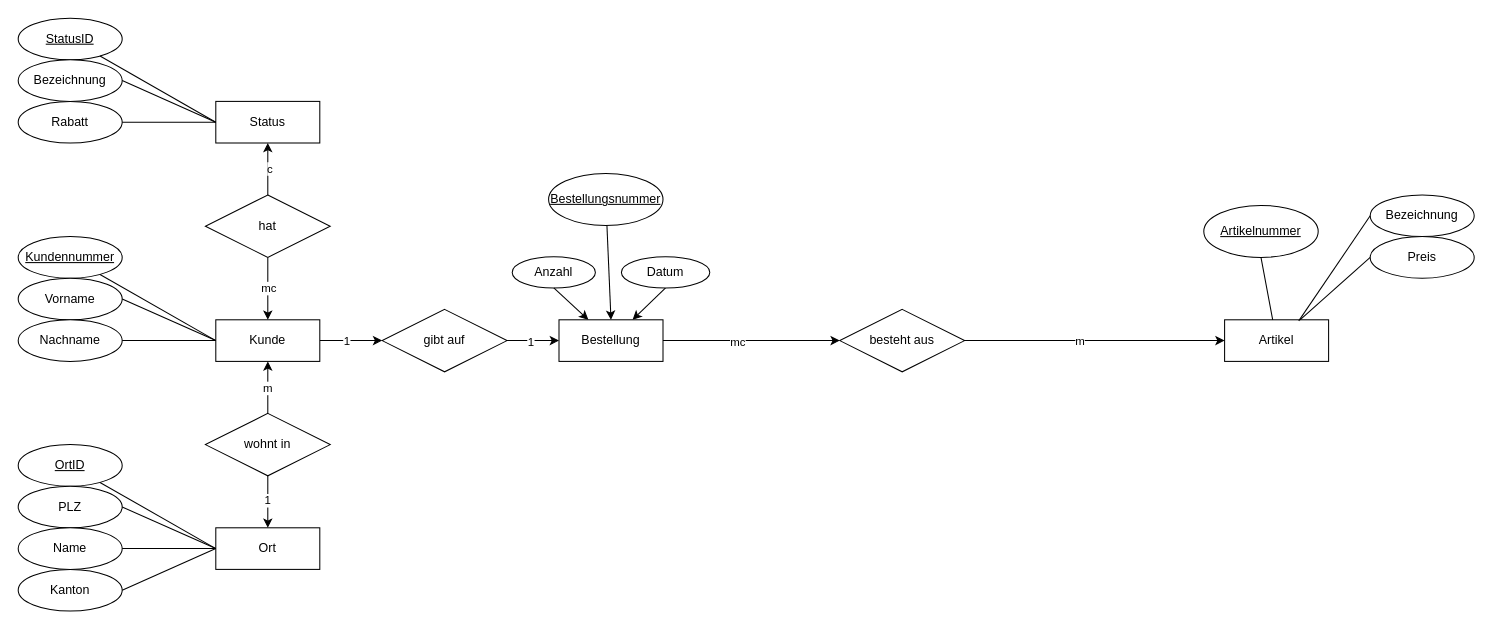
Earlier version of the draw.io diagram 1.LJ/M162/02 ER-Modell/4.5 Bestellung/4.5 Bestellung.dio (RubeldiRubelda/BBZW_Arbeitsbl-tter_und_Cheat_Sheets_INA2025). Source tidied: cells renumbered, new cells numbered last; positions are measured from the earlier drawing's top-left corner, leaving out a move shared by most shapes. Both pictures are drawn from the tidied source at 104%, with x=0, y=0 at pixel (18, 18).
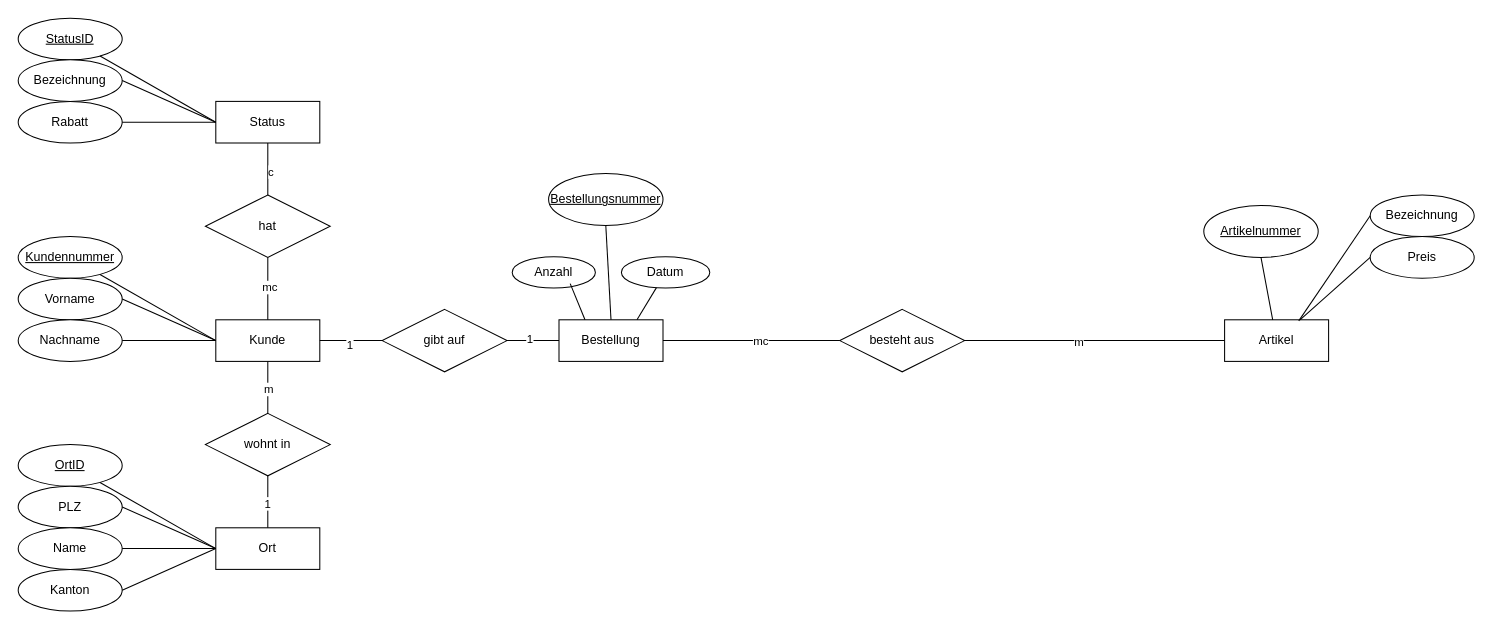
The same page after the edit.

The change refers to these unchanged cells:
```xml
<mxCell id="4" value="Kunde" style="whiteSpace=wrap;html=1;align=center;" parent="1" vertex="1">
  <mxGeometry x="190" y="290" width="100" height="40" as="geometry" />
</mxCell>
<mxCell id="11" value="Ort" style="whiteSpace=wrap;html=1;align=center;" parent="1" vertex="1">
  <mxGeometry x="190" y="490" width="100" height="40" as="geometry" />
</mxCell>
<mxCell id="24" value="wohnt in" style="shape=rhombus;perimeter=rhombusPerimeter;whiteSpace=wrap;html=1;align=center;" parent="1" vertex="1">
  <mxGeometry x="180" y="380" width="120" height="60" as="geometry" />
</mxCell>
<mxCell id="25" value="Artikel" style="whiteSpace=wrap;html=1;align=center;" parent="1" vertex="1">
  <mxGeometry x="1160" y="290" width="100" height="40" as="geometry" />
</mxCell>
<mxCell id="34" value="besteht aus" style="shape=rhombus;perimeter=rhombusPerimeter;whiteSpace=wrap;html=1;align=center;" parent="1" vertex="1">
  <mxGeometry x="790" y="280" width="120" height="60" as="geometry" />
</mxCell>
<mxCell id="36" value="Bestellungsnummer" style="ellipse;whiteSpace=wrap;html=1;align=center;fontStyle=4;" parent="1" vertex="1">
  <mxGeometry x="510" y="149.3" width="110" height="50" as="geometry" />
</mxCell>
<mxCell id="38" value="Datum" style="ellipse;whiteSpace=wrap;html=1;align=center;" parent="1" vertex="1">
  <mxGeometry x="580" y="229.4" width="85" height="30" as="geometry" />
</mxCell>
<mxCell id="39" value="Anzahl" style="ellipse;whiteSpace=wrap;html=1;align=center;" parent="1" vertex="1">
  <mxGeometry x="475" y="229.4" width="80" height="30" as="geometry" />
</mxCell>
<mxCell id="41" value="Status" style="whiteSpace=wrap;html=1;align=center;" parent="1" vertex="1">
  <mxGeometry x="190" y="80" width="100" height="40" as="geometry" />
</mxCell>
```

What changed in the source:
```diff
@@
-    <mxCell id="2" style="edgeStyle=none;html=1;exitX=1;exitY=0.5;exitDx=0;exitDy=0;entryX=0;entryY=0.5;entryDx=0;entryDy=0;" parent="1" edge="1" source="4" target="58">
-      <mxGeometry relative="1" as="geometry" />
-    </mxCell>
-    <mxCell id="3" value="1" style="edgeLabel;html=1;align=center;verticalAlign=middle;" parent="2" vertex="1">
-      <mxGeometry x="-0.17" relative="1" as="geometry" />
-    </mxCell>
@@
-    <mxCell id="20" style="edgeStyle=none;html=1;exitX=0.5;exitY=0;exitDx=0;exitDy=0;entryX=0.5;entryY=1;entryDx=0;entryDy=0;" parent="1" edge="1" source="24" target="4">
-      <mxGeometry relative="1" as="geometry" />
-    </mxCell>
-    <mxCell id="21" value="m" style="edgeLabel;html=1;align=center;verticalAlign=middle;" parent="20" vertex="1">
-      <mxGeometry x="0.01" y="1" relative="1" as="geometry" />
-    </mxCell>
-    <mxCell id="22" style="edgeStyle=none;html=1;exitX=0.5;exitY=1;exitDx=0;exitDy=0;" parent="1" edge="1" source="24" target="11">
-      <mxGeometry relative="1" as="geometry" />
-    </mxCell>
-    <mxCell id="23" value="1" style="edgeLabel;html=1;align=center;verticalAlign=middle;" parent="22" vertex="1">
-      <mxGeometry x="-0.08" y="-1" relative="1" as="geometry" />
-    </mxCell>
@@
-    <mxCell id="32" style="edgeStyle=none;html=1;exitX=1;exitY=0.5;exitDx=0;exitDy=0;entryX=0;entryY=0.5;entryDx=0;entryDy=0;" parent="1" edge="1" source="34" target="25">
-      <mxGeometry relative="1" as="geometry" />
-    </mxCell>
-    <mxCell id="33" value="m" style="edgeLabel;html=1;align=center;verticalAlign=middle;" parent="32" vertex="1">
-      <mxGeometry x="-0.12" relative="1" as="geometry" />
-    </mxCell>
@@
-    <mxCell id="35" style="edgeStyle=none;html=1;entryX=0.5;entryY=0;entryDx=0;entryDy=0;" parent="1" edge="1" source="36" target="55">
-      <mxGeometry relative="1" as="geometry" />
-    </mxCell>
@@
-    <mxCell id="37" style="edgeStyle=none;html=1;exitX=0.5;exitY=1;exitDx=0;exitDy=0;" parent="1" edge="1" source="38" target="55">
-      <mxGeometry relative="1" as="geometry" />
-    </mxCell>
@@
-    <mxCell id="40" style="edgeStyle=none;html=1;exitX=0.5;exitY=1;exitDx=0;exitDy=0;" parent="1" edge="1" source="39" target="55">
-      <mxGeometry relative="1" as="geometry" />
-    </mxCell>
@@
-    <mxCell id="48" style="edgeStyle=none;html=1;exitX=0.5;exitY=1;exitDx=0;exitDy=0;" parent="1" edge="1" source="52" target="4">
-      <mxGeometry relative="1" as="geometry" />
-    </mxCell>
-    <mxCell id="49" value="mc" style="edgeLabel;html=1;align=center;verticalAlign=middle;" parent="48" vertex="1">
-      <mxGeometry x="-0.04" relative="1" as="geometry" />
-    </mxCell>
+    <mxCell id="52" value="hat" style="shape=rhombus;perimeter=rhombusPerimeter;whiteSpace=wrap;html=1;align=center;" parent="1" vertex="1">
+      <mxGeometry x="180" y="170" width="120" height="60" as="geometry" />
+    </mxCell>
+    <mxCell id="55" value="Bestellung" style="whiteSpace=wrap;html=1;align=center;" parent="1" vertex="1">
+      <mxGeometry x="520" y="290" width="100" height="40" as="geometry" />
+    </mxCell>
+    <mxCell id="58" value="gibt auf" style="shape=rhombus;perimeter=rhombusPerimeter;whiteSpace=wrap;html=1;align=center;" parent="1" vertex="1">
+      <mxGeometry x="350" y="280" width="120" height="60" as="geometry" />
+    </mxCell>
+    <mxCell id="59" style="endArrow=none;html=1;exitX=1;exitY=0.5;exitDx=0;exitDy=0;" parent="1" edge="1" source="34">
+      <mxGeometry relative="1" as="geometry">
+        <mxPoint x="1160" y="310" as="targetPoint" />
+      </mxGeometry>
+    </mxCell>
+    <mxCell id="60" value="m" style="edgeLabel;html=1;align=center;verticalAlign=middle;" parent="59" vertex="1">
+      <mxGeometry x="-0.13" y="-1" relative="1" as="geometry" />
+    </mxCell>
+    <mxCell id="53" style="endArrow=none;html=1;entryX=0;entryY=0.5;entryDx=0;entryDy=0;exitX=1;exitY=0.5;exitDx=0;exitDy=0;" parent="1" edge="1" source="55" target="34">
+      <mxGeometry relative="1" as="geometry" />
+    </mxCell>
+    <mxCell id="61" value="mc" style="edgeLabel;html=1;align=center;verticalAlign=middle;" parent="53" vertex="1">
+      <mxGeometry x="0.09" relative="1" as="geometry" />
+    </mxCell>
+    <mxCell id="62" style="endArrow=none;html=1;exitX=0.75;exitY=0;exitDx=0;exitDy=0;" parent="1" edge="1" source="55" target="38">
+      <mxGeometry relative="1" as="geometry" />
+    </mxCell>
+    <mxCell id="63" style="endArrow=none;html=1;entryX=0.5;entryY=1;entryDx=0;entryDy=0;exitX=0.5;exitY=0;exitDx=0;exitDy=0;" parent="1" edge="1" source="55" target="36">
+      <mxGeometry relative="1" as="geometry" />
+    </mxCell>
+    <mxCell id="64" style="endArrow=none;html=1;entryX=0.697;entryY=0.861;entryDx=0;entryDy=0;entryPerimeter=0;exitX=0.25;exitY=0;exitDx=0;exitDy=0;" parent="1" edge="1" source="55" target="39">
+      <mxGeometry relative="1" as="geometry" />
+    </mxCell>
+    <mxCell id="56" style="endArrow=none;html=1;entryX=0;entryY=0.5;entryDx=0;entryDy=0;" parent="1" edge="1" source="58" target="55">
+      <mxGeometry relative="1" as="geometry" />
+    </mxCell>
+    <mxCell id="65" value="1" style="edgeLabel;html=1;align=center;verticalAlign=middle;" parent="56" vertex="1">
+      <mxGeometry x="-0.16" y="2" relative="1" as="geometry" />
+    </mxCell>
+    <mxCell id="2" style="endArrow=none;html=1;entryX=0;entryY=0.5;entryDx=0;entryDy=0;exitX=1;exitY=0.5;exitDx=0;exitDy=0;" parent="1" edge="1" source="4" target="58">
+      <mxGeometry relative="1" as="geometry" />
+    </mxCell>
+    <mxCell id="66" value="1" style="edgeLabel;html=1;align=center;verticalAlign=middle;" parent="2" vertex="1">
+      <mxGeometry x="-0.07" y="-4" relative="1" as="geometry" />
+    </mxCell>
+    <mxCell id="67" style="endArrow=none;html=1;entryX=0.5;entryY=1;entryDx=0;entryDy=0;exitX=0.5;exitY=0;exitDx=0;exitDy=0;" parent="1" edge="1" source="11" target="24">
+      <mxGeometry relative="1" as="geometry" />
+    </mxCell>
+    <mxCell id="68" value="1" style="edgeLabel;html=1;align=center;verticalAlign=middle;" parent="67" vertex="1">
+      <mxGeometry x="-0.06" y="1" relative="1" as="geometry" />
+    </mxCell>
+    <mxCell id="20" style="endArrow=none;html=1;entryX=0.5;entryY=1;entryDx=0;entryDy=0;exitX=0.5;exitY=0;exitDx=0;exitDy=0;" parent="1" edge="1" source="24" target="4">
+      <mxGeometry relative="1" as="geometry" />
+    </mxCell>
+    <mxCell id="69" value="m" style="edgeLabel;html=1;align=center;verticalAlign=middle;" parent="20" vertex="1">
+      <mxGeometry x="-0.04" relative="1" as="geometry" />
+    </mxCell>
+    <mxCell id="70" style="endArrow=none;html=1;" parent="1" edge="1" target="52">
+      <mxGeometry relative="1" as="geometry">
+        <mxPoint x="240" y="290" as="sourcePoint" />
+      </mxGeometry>
+    </mxCell>
+    <mxCell id="71" value="mc" style="edgeLabel;html=1;align=center;verticalAlign=middle;" parent="70" vertex="1">
+      <mxGeometry x="0.07" y="-1" relative="1" as="geometry" />
+    </mxCell>
-    <mxCell id="50" style="edgeStyle=none;html=1;exitX=0.5;exitY=0;exitDx=0;exitDy=0;" parent="1" edge="1" source="52" target="41">
+    <mxCell id="50" style="endArrow=none;html=1;entryX=0.5;entryY=1;entryDx=0;entryDy=0;exitX=0.5;exitY=0;exitDx=0;exitDy=0;" parent="1" edge="1" source="52" target="41">
       <mxGeometry relative="1" as="geometry" />
     </mxCell>
     <mxCell id="51" value="c" style="edgeLabel;html=1;align=center;verticalAlign=middle;" parent="50" vertex="1">
-      <mxGeometry x="0.03" y="-1" relative="1" as="geometry" />
+      <mxGeometry x="-0.07" y="-2" relative="1" as="geometry" />
     </mxCell>
-    <mxCell id="52" value="hat" style="shape=rhombus;perimeter=rhombusPerimeter;whiteSpace=wrap;html=1;align=center;" parent="1" vertex="1">
-      <mxGeometry x="180" y="170" width="120" height="60" as="geometry" />
-    </mxCell>
-    <mxCell id="53" style="edgeStyle=none;html=1;exitX=1;exitY=0.5;exitDx=0;exitDy=0;entryX=0;entryY=0.5;entryDx=0;entryDy=0;" parent="1" edge="1" source="55" target="34">
-      <mxGeometry relative="1" as="geometry" />
-    </mxCell>
-    <mxCell id="54" value="mc" style="edgeLabel;html=1;align=center;verticalAlign=middle;" parent="53" vertex="1">
-      <mxGeometry x="-0.17" y="-1" relative="1" as="geometry" />
-    </mxCell>
-    <mxCell id="55" value="Bestellung" style="whiteSpace=wrap;html=1;align=center;" parent="1" vertex="1">
-      <mxGeometry x="520" y="290" width="100" height="40" as="geometry" />
-    </mxCell>
-    <mxCell id="56" style="edgeStyle=none;html=1;exitX=1;exitY=0.5;exitDx=0;exitDy=0;entryX=0;entryY=0.5;entryDx=0;entryDy=0;" parent="1" edge="1" source="58" target="55">
-      <mxGeometry relative="1" as="geometry" />
-    </mxCell>
-    <mxCell id="57" value="1" style="edgeLabel;html=1;align=center;verticalAlign=middle;" parent="56" vertex="1">
-      <mxGeometry x="-0.12" y="-1" relative="1" as="geometry" />
-    </mxCell>
-    <mxCell id="58" value="gibt auf" style="shape=rhombus;perimeter=rhombusPerimeter;whiteSpace=wrap;html=1;align=center;" parent="1" vertex="1">
-      <mxGeometry x="350" y="280" width="120" height="60" as="geometry" />
-    </mxCell>
```
